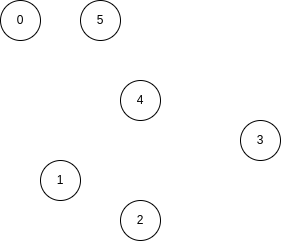
Above: docs/geometric-algorithms/02-grahams-scan/gs-02.png in i-am-wonseoklee/i-am-wonseoklee.github.io (draw.io), before the change. Source tidied: cells renumbered, new cells last; positions are measured from the earlier drawing's top-left corner, leaving out a move shared by most shapes. Source of this version:
```xml
<mxGraphModel>
  <root>
    <mxCell id="0" />
    <mxCell id="1" parent="0" />
    <mxCell id="2" value="0" style="ellipse;whiteSpace=wrap;html=1;" parent="1" vertex="1">
      <mxGeometry width="40" height="40" as="geometry" />
    </mxCell>
    <mxCell id="3" value="1" style="ellipse;whiteSpace=wrap;html=1;" parent="1" vertex="1">
      <mxGeometry x="40" y="160" width="40" height="40" as="geometry" />
    </mxCell>
    <mxCell id="4" value="4" style="ellipse;whiteSpace=wrap;html=1;" parent="1" vertex="1">
      <mxGeometry x="120" y="80" width="40" height="40" as="geometry" />
    </mxCell>
    <mxCell id="5" value="3" style="ellipse;whiteSpace=wrap;html=1;" parent="1" vertex="1">
      <mxGeometry x="240" y="120" width="40" height="40" as="geometry" />
    </mxCell>
    <mxCell id="6" value="5" style="ellipse;whiteSpace=wrap;html=1;" parent="1" vertex="1">
      <mxGeometry x="80" width="40" height="40" as="geometry" />
    </mxCell>
    <mxCell id="7" value="2" style="ellipse;whiteSpace=wrap;html=1;" parent="1" vertex="1">
      <mxGeometry x="120" y="200" width="40" height="40" as="geometry" />
    </mxCell>
  </root>
</mxGraphModel>
```
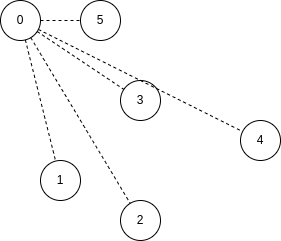
The same file after the commit.

Diff of the diagram source:
```diff
@@ -8,10 +8,10 @@
     <mxCell id="3" value="1" style="ellipse;whiteSpace=wrap;html=1;" parent="1" vertex="1">
       <mxGeometry x="40" y="160" width="40" height="40" as="geometry" />
     </mxCell>
-    <mxCell id="4" value="4" style="ellipse;whiteSpace=wrap;html=1;" parent="1" vertex="1">
+    <mxCell id="4" value="3" style="ellipse;whiteSpace=wrap;html=1;" parent="1" vertex="1">
       <mxGeometry x="120" y="80" width="40" height="40" as="geometry" />
     </mxCell>
-    <mxCell id="5" value="3" style="ellipse;whiteSpace=wrap;html=1;" parent="1" vertex="1">
+    <mxCell id="5" value="4" style="ellipse;whiteSpace=wrap;html=1;" parent="1" vertex="1">
       <mxGeometry x="240" y="120" width="40" height="40" as="geometry" />
     </mxCell>
     <mxCell id="6" value="5" style="ellipse;whiteSpace=wrap;html=1;" parent="1" vertex="1">
@@ -20,5 +20,20 @@
     <mxCell id="7" value="2" style="ellipse;whiteSpace=wrap;html=1;" parent="1" vertex="1">
       <mxGeometry x="120" y="200" width="40" height="40" as="geometry" />
     </mxCell>
+    <mxCell id="8" style="endArrow=none;html=1;rounded=0;dashed=1;" parent="1" edge="1" source="2" target="3">
+      <mxGeometry relative="1" as="geometry" />
+    </mxCell>
+    <mxCell id="9" style="endArrow=none;html=1;rounded=0;dashed=1;" parent="1" edge="1" source="2" target="6">
+      <mxGeometry relative="1" as="geometry" />
+    </mxCell>
+    <mxCell id="10" style="endArrow=none;html=1;rounded=0;dashed=1;" parent="1" edge="1" source="2" target="4">
+      <mxGeometry relative="1" as="geometry" />
+    </mxCell>
+    <mxCell id="11" style="endArrow=none;html=1;rounded=0;dashed=1;" parent="1" edge="1" source="2" target="7">
+      <mxGeometry relative="1" as="geometry" />
+    </mxCell>
+    <mxCell id="12" style="endArrow=none;html=1;rounded=0;dashed=1;" parent="1" edge="1" source="2" target="5">
+      <mxGeometry relative="1" as="geometry" />
+    </mxCell>
   </root>
 </mxGraphModel>
```
